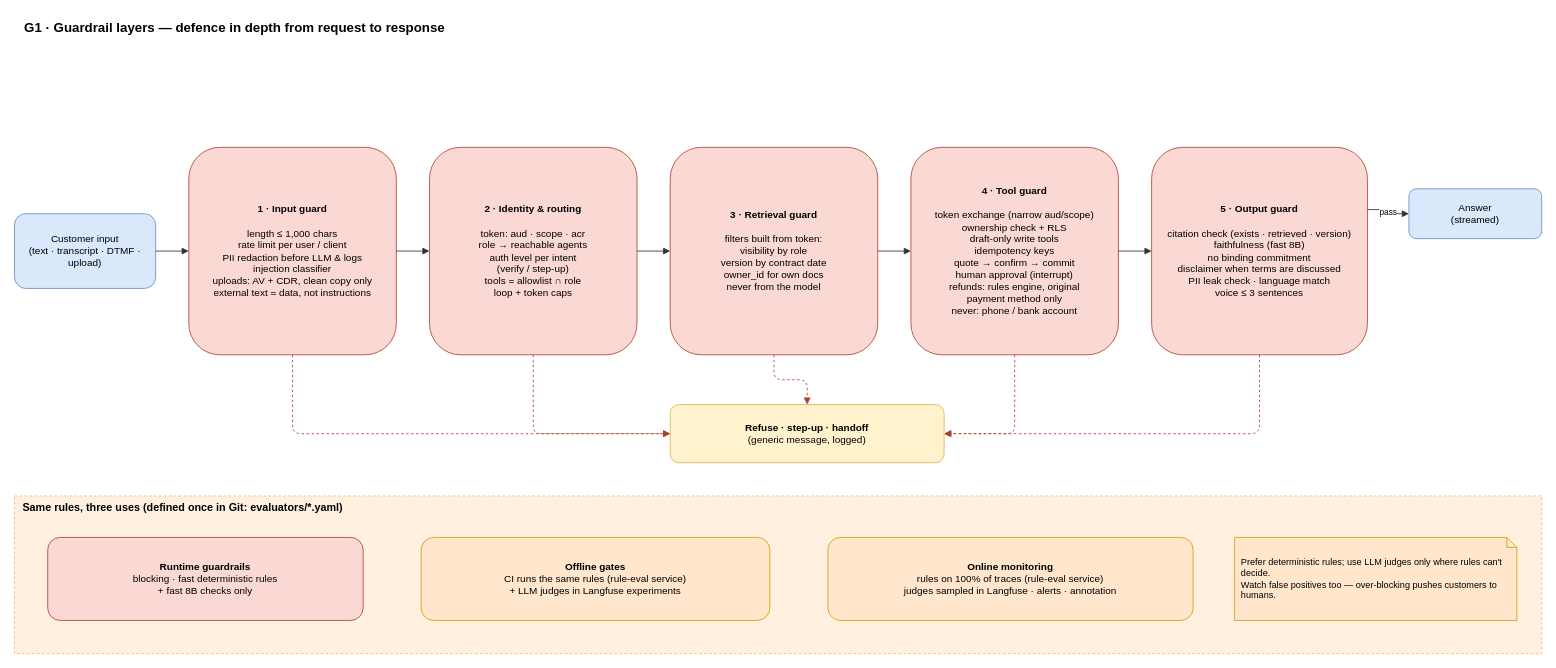
airplanecraft/customer-support-agent keeps this draw.io diagram as docs/diagrams/G1-guardrail-layers.drawio. Above is the earlier version. Source tidied: cells renumbered, new cells numbered last; positions are measured from the earlier drawing's top-left corner, leaving out a move shared by most shapes. Both pictures are drawn from the tidied source at 83%, with x=0, y=0 at pixel (14, 14).
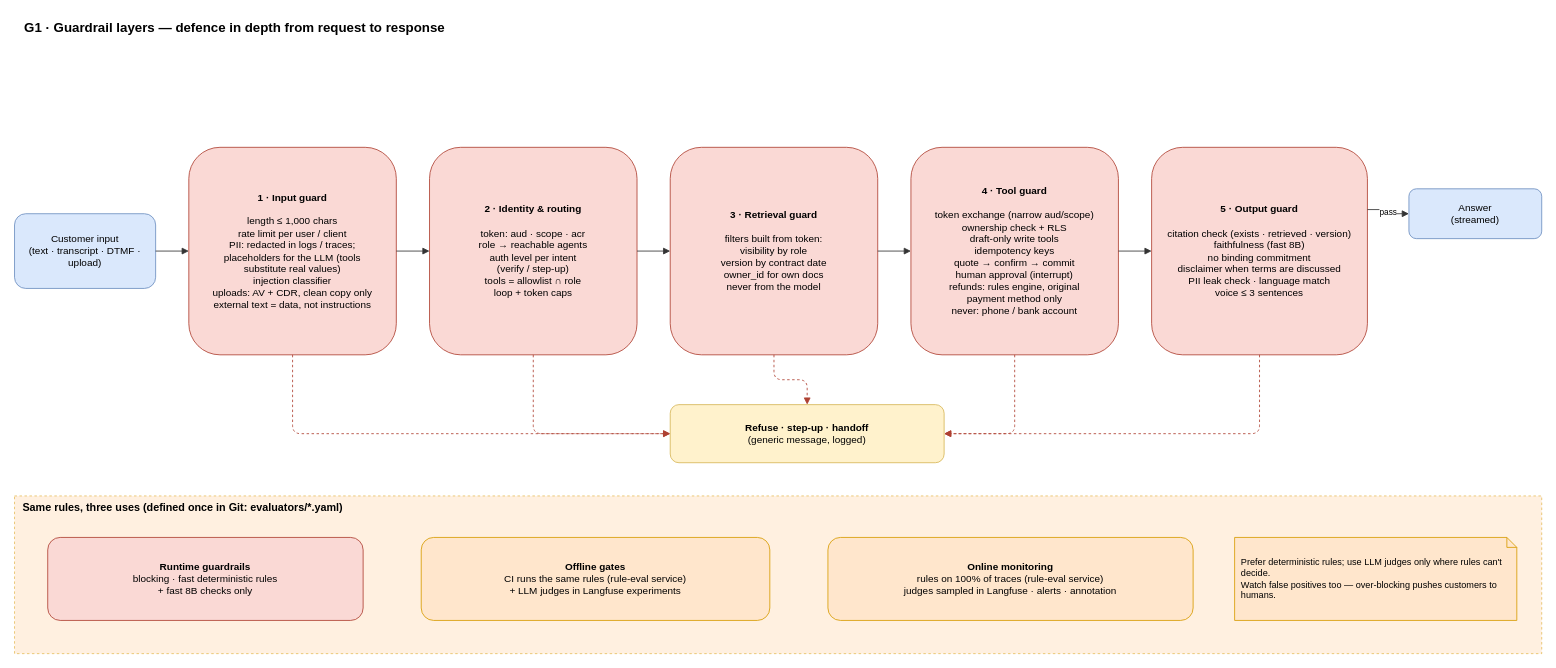
Above is the later version.

What changed in the source:
```diff
@@
-    <mxCell id="4" value="&lt;b&gt;1 · Input guard&lt;/b&gt;&lt;br&gt;&lt;br&gt;length ≤ 1,000 chars&lt;br&gt;rate limit per user / client&lt;br&gt;PII redaction before LLM &amp; logs&lt;br&gt;injection classifier&lt;br&gt;uploads: AV + CDR, clean copy only&lt;br&gt;external text = data, not instructions" style="rounded=1;whiteSpace=wrap;html=1;fillColor=#fad9d5;strokeColor=#ae4132;fontSize=12;" parent="1" vertex="1">
+    <mxCell id="4" value="&lt;b&gt;1 · Input guard&lt;/b&gt;&lt;br&gt;&lt;br&gt;length ≤ 1,000 chars&lt;br&gt;rate limit per user / client&lt;br&gt;PII: redacted in logs / traces;&lt;br&gt;placeholders for the LLM (tools&lt;br&gt;substitute real values)&lt;br&gt;injection classifier&lt;br&gt;uploads: AV + CDR, clean copy only&lt;br&gt;external text = data, not instructions" style="rounded=1;whiteSpace=wrap;html=1;fillColor=#fad9d5;strokeColor=#ae4132;fontSize=12;" parent="1" vertex="1">
       <mxGeometry x="210" y="160" width="250" height="250" as="geometry" />
     </mxCell>
```
